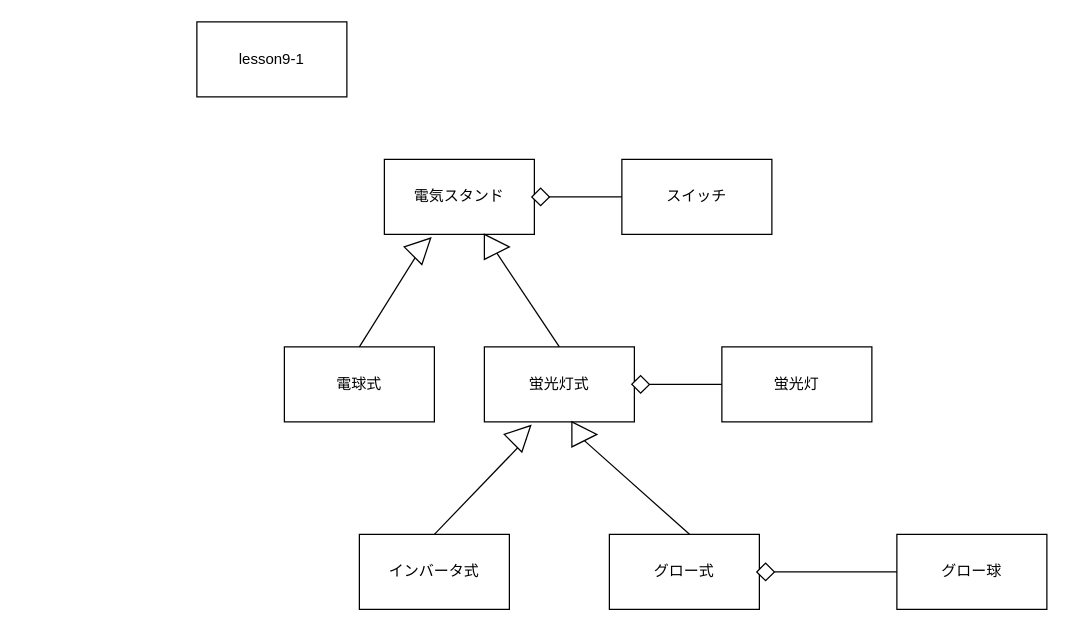
The draw.io diagram lesson9/9-1.drawio in hirutashougo/UML_introduction, before the edit. Source tidied: cells renumbered, new cells numbered last; positions are measured from the earlier drawing's top-left corner, leaving out a move shared by most shapes. Both pictures are drawn from the tidied source at 125%, with x=0, y=0 at pixel (196, 21).
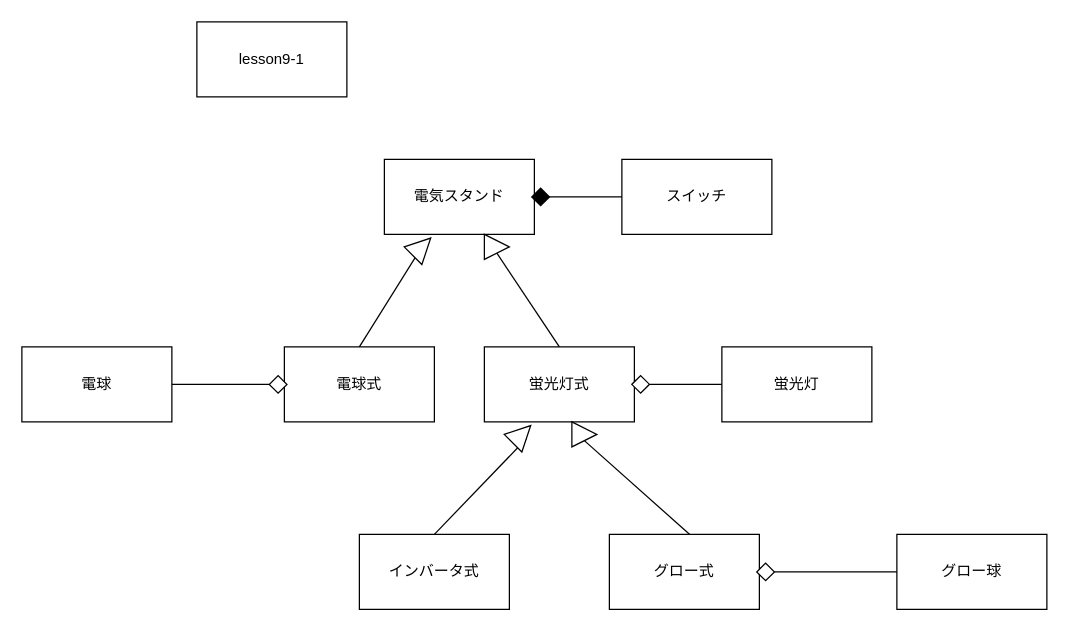
After the change.

Unchanged cells that the change refers to:
```xml
<mxCell id="5" value="電球式" style="rounded=0;whiteSpace=wrap;html=1;" parent="1" vertex="1">
  <mxGeometry x="70" y="260" width="120" height="60" as="geometry" />
</mxCell>
```

What changed in the source:
```diff
@@
-    <mxCell id="23" style="whiteSpace=wrap;html=1;rotation=45;fillColor=#FFFFFF;strokeColor=#000000;" parent="1" vertex="1">
+    <mxCell id="23" style="whiteSpace=wrap;html=1;rotation=45;fillColor=#000000;strokeColor=#000000;" parent="1" vertex="1">
       <mxGeometry x="270" y="135" width="10" height="10" as="geometry" />
     </mxCell>
@@
+    <mxCell id="28" value="電球" style="rounded=0;whiteSpace=wrap;html=1;" parent="1" vertex="1">
+      <mxGeometry x="-140" y="260" width="120" height="60" as="geometry" />
+    </mxCell>
+    <mxCell id="29" style="endArrow=none;html=1;rounded=0;exitX=0;exitY=1;exitDx=0;exitDy=0;entryX=1;entryY=0.5;entryDx=0;entryDy=0;" parent="1" edge="1" source="31" target="28">
+      <mxGeometry relative="1" as="geometry" />
+    </mxCell>
+    <mxCell id="30" style="endArrow=none;html=1;rounded=0;exitX=0;exitY=0.5;exitDx=0;exitDy=0;entryX=1;entryY=0.5;entryDx=0;entryDy=0;" parent="1" edge="1" source="5" target="31">
+      <mxGeometry relative="1" as="geometry" />
+    </mxCell>
+    <mxCell id="31" style="whiteSpace=wrap;html=1;rotation=45;fillColor=#FFFFFF;" parent="1" vertex="1">
+      <mxGeometry x="60" y="285" width="10" height="10" as="geometry" />
+    </mxCell>
```
